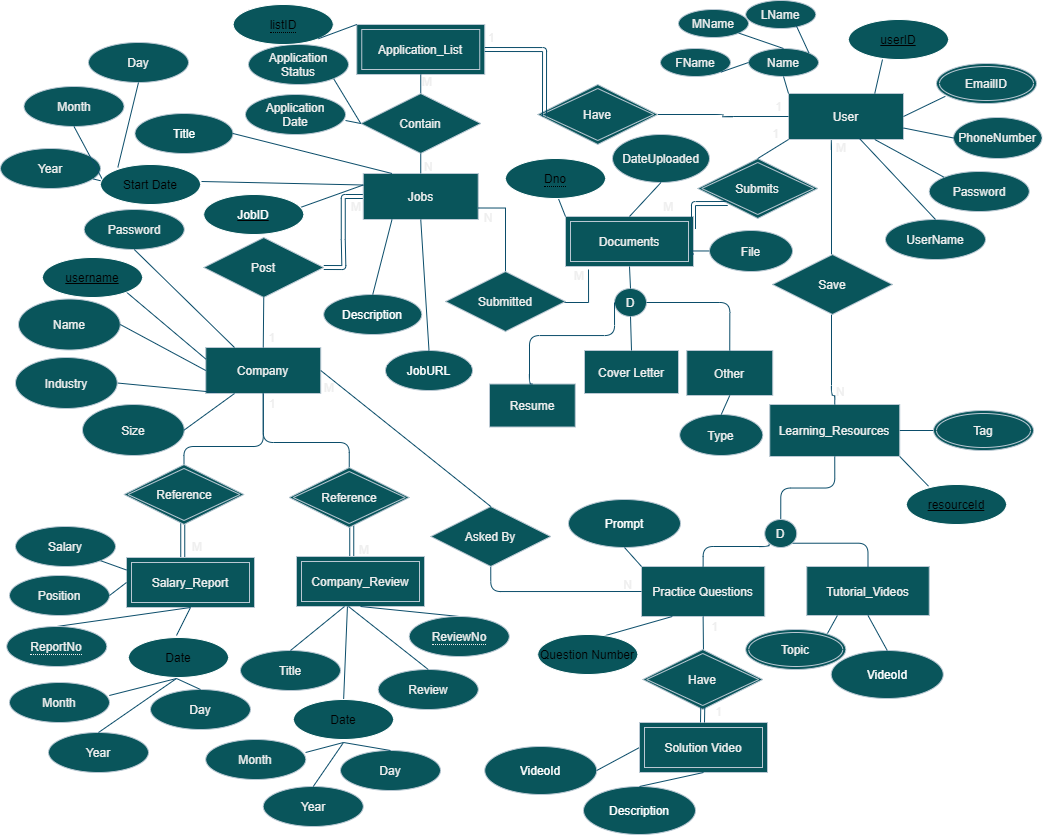
Earlier version of the draw.io export dbDesignDoc.png (num4n1/SWESeek). Source tidied: cells renumbered, new cells last; positions are measured from the earlier drawing's top-left corner, leaving out a move shared by most shapes.
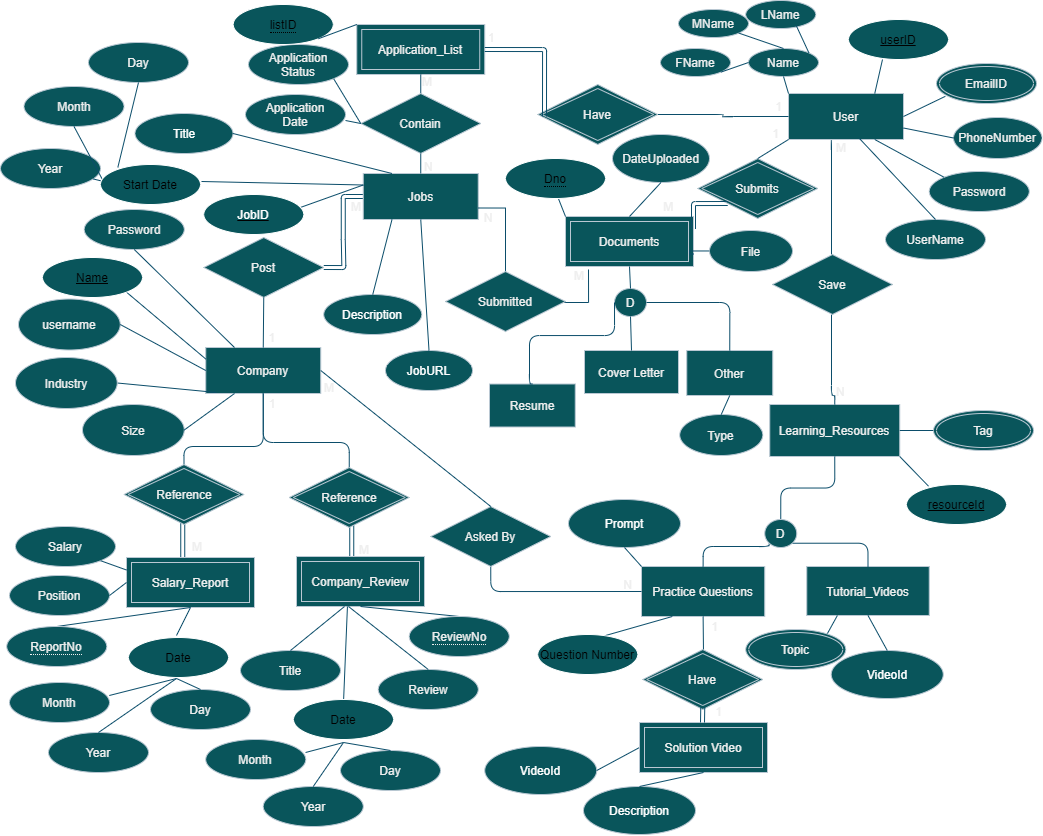
The same file after the commit.

Diff of the diagram source:
```diff
@@ -286,7 +286,7 @@
         <mxPoint x="297" y="208" as="sourcePoint" />
       </mxGeometry>
     </mxCell>
-    <mxCell id="73" value="Name" style="ellipse;whiteSpace=wrap;html=1;fontColor=#EEEEEE;strokeColor=#BAC8D3;fillColor=#09555B;" parent="1" vertex="1">
+    <mxCell id="73" value="username" style="ellipse;whiteSpace=wrap;html=1;fontColor=#EEEEEE;strokeColor=#BAC8D3;fillColor=#09555B;" parent="1" vertex="1">
       <mxGeometry x="18" y="298.5" width="101.8" height="51" as="geometry" />
     </mxCell>
     <mxCell id="74" style="endArrow=none;html=1;rounded=0;exitX=1;exitY=0.5;exitDx=0;exitDy=0;entryX=0;entryY=0.5;entryDx=0;entryDy=0;strokeColor=#0B4D6A;" parent="1" edge="1" source="73" target="8">
@@ -618,7 +618,7 @@
     <mxCell id="172" value="Date" style="ellipse;whiteSpace=wrap;html=1;align=center;strokeColor=#FFFFFF;fillColor=#09555B;" parent="1" vertex="1">
       <mxGeometry x="293" y="699" width="100" height="40" as="geometry" />
     </mxCell>
-    <mxCell id="173" value="username" style="ellipse;whiteSpace=wrap;html=1;align=center;fontStyle=4;strokeColor=#FFFFFF;fillColor=#09555B;" parent="1" vertex="1">
+    <mxCell id="173" value="Name" style="ellipse;whiteSpace=wrap;html=1;align=center;fontStyle=4;strokeColor=#FFFFFF;fillColor=#09555B;" parent="1" vertex="1">
       <mxGeometry x="42" y="257" width="100" height="40" as="geometry" />
     </mxCell>
     <mxCell id="174" value="Question Number" style="ellipse;whiteSpace=wrap;html=1;align=center;strokeColor=#FFFFFF;fillColor=#09555B;" parent="1" vertex="1">
```
